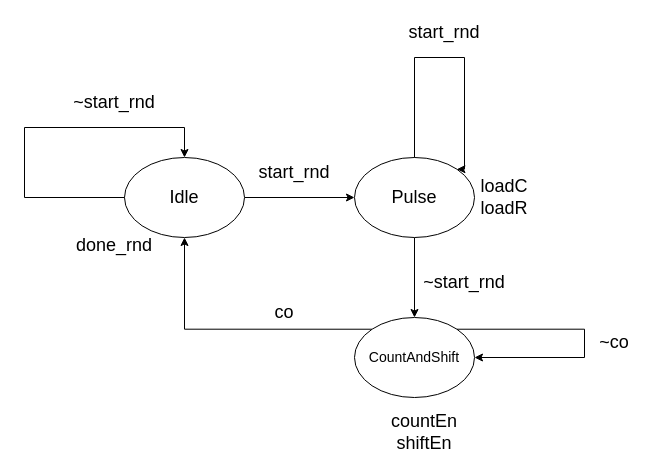
Before: CA1/Part1/Design/controller_part1.drawio in imSaDy/CAD, a draw.io diagram. Source tidied: cells renumbered, new cells numbered last; positions are measured from the earlier drawing's top-left corner, leaving out a move shared by most shapes. Both pictures are drawn from the tidied source at 100%, with x=0, y=0 at pixel (24, 17).
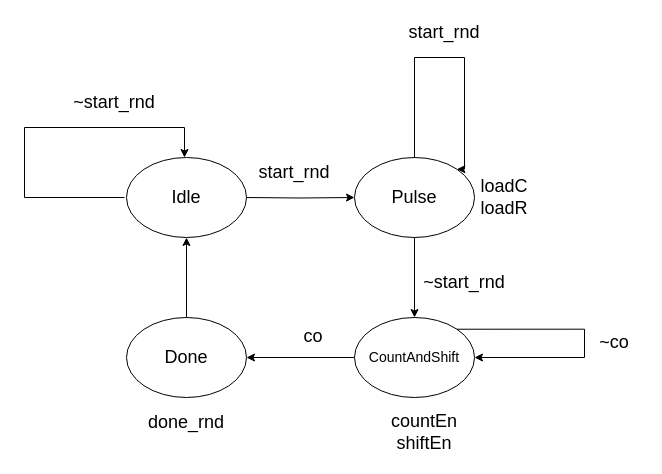
The same diagram, later.

Commit message:
Edit part1 controller design

The change refers to these unchanged cells:
```xml
<mxCell id="5" value="&lt;font style=&quot;font-size: 18px;&quot;&gt;Pulse&lt;/font&gt;" style="ellipse;whiteSpace=wrap;html=1;" parent="1" vertex="1">
  <mxGeometry x="330" y="140" width="120" height="80" as="geometry" />
</mxCell>
<mxCell id="7" value="&lt;font style=&quot;font-size: 14px;&quot;&gt;CountAndShift&lt;/font&gt;" style="ellipse;whiteSpace=wrap;html=1;" parent="1" vertex="1">
  <mxGeometry x="330" y="300" width="120" height="80" as="geometry" />
</mxCell>
```

What changed in the source:
```diff
@@
-    <mxCell id="2" style="edgeStyle=orthogonalEdgeStyle;rounded=0;jettySize=auto;html=1;entryX=0;entryY=0.5;entryDx=0;entryDy=0;" parent="1" edge="1" source="3" target="5">
-      <mxGeometry relative="1" as="geometry" />
+    <mxCell id="2" style="edgeStyle=orthogonalEdgeStyle;rounded=0;jettySize=auto;html=1;entryX=0;entryY=0.5;entryDx=0;entryDy=0;" parent="1" edge="1" target="5">
+      <mxGeometry relative="1" as="geometry">
+        <mxPoint x="220" y="180" as="sourcePoint" />
+      </mxGeometry>
     </mxCell>
-    <mxCell id="3" value="&lt;font style=&quot;font-size: 18px;&quot;&gt;Idle&lt;/font&gt;" style="ellipse;whiteSpace=wrap;html=1;" parent="1" vertex="1">
-      <mxGeometry x="100" y="140" width="120" height="80" as="geometry" />
-    </mxCell>
@@
-    <mxCell id="6" style="edgeStyle=orthogonalEdgeStyle;rounded=0;jettySize=auto;html=1;exitX=0;exitY=0;exitDx=0;exitDy=0;entryX=0.5;entryY=1;entryDx=0;entryDy=0;" parent="1" edge="1" source="7" target="3">
-      <mxGeometry relative="1" as="geometry" />
-    </mxCell>
+    <mxCell id="20" style="edgeStyle=orthogonalEdgeStyle;rounded=0;jettySize=auto;html=1;entryX=1;entryY=0.5;entryDx=0;entryDy=0;" parent="1" edge="1" source="7" target="22">
+      <mxGeometry relative="1" as="geometry" />
+    </mxCell>
@@
     <mxCell id="8" value="&lt;font style=&quot;font-size: 18px; color: light-dark(rgb(0, 0, 0), rgb(234, 107, 102));&quot;&gt;done_rnd&lt;/font&gt;&lt;div&gt;&lt;br&gt;&lt;/div&gt;" style="text;html=1;align=center;verticalAlign=middle;whiteSpace=wrap;rounded=0;" parent="1" vertex="1">
-      <mxGeometry x="40" y="210" width="100" height="50" as="geometry" />
+      <mxGeometry x="112" y="387" width="100" height="50" as="geometry" />
     </mxCell>
-    <mxCell id="9" style="edgeStyle=orthogonalEdgeStyle;rounded=0;orthogonalLoop=1;jettySize=auto;html=1;exitX=0;exitY=0.5;exitDx=0;exitDy=0;entryX=0.5;entryY=0;entryDx=0;entryDy=0;" parent="1" edge="1" source="3" target="3">
+    <mxCell id="9" style="edgeStyle=orthogonalEdgeStyle;rounded=0;orthogonalLoop=1;jettySize=auto;html=1;exitX=0;exitY=0.5;exitDx=0;exitDy=0;entryX=0.5;entryY=0;entryDx=0;entryDy=0;" parent="1" edge="1">
       <mxGeometry relative="1" as="geometry">
+        <mxPoint x="100" y="180" as="sourcePoint" />
+        <mxPoint x="160" y="140" as="targetPoint" />
         <Array as="points">
           <mxPoint y="180" />
           <mxPoint y="110" />
           <mxPoint x="160" y="110" />
         </Array>
       </mxGeometry>
     </mxCell>
@@
     <mxCell id="17" value="&lt;font style=&quot;font-size: 18px;&quot;&gt;co&lt;/font&gt;" style="text;html=1;align=center;verticalAlign=middle;whiteSpace=wrap;rounded=0;" parent="1" vertex="1">
-      <mxGeometry x="230" y="280" width="60" height="30" as="geometry" />
+      <mxGeometry x="259" y="304" width="60" height="30" as="geometry" />
     </mxCell>
@@
+    <mxCell id="3" value="&lt;font style=&quot;font-size: 18px;&quot;&gt;Idle&lt;/font&gt;" style="ellipse;whiteSpace=wrap;html=1;" parent="1" vertex="1">
+      <mxGeometry x="102" y="140" width="120" height="80" as="geometry" />
+    </mxCell>
+    <mxCell id="21" style="edgeStyle=orthogonalEdgeStyle;rounded=0;jettySize=auto;html=1;entryX=0.5;entryY=1;entryDx=0;entryDy=0;" parent="1" edge="1" source="22" target="3">
+      <mxGeometry relative="1" as="geometry" />
+    </mxCell>
+    <mxCell id="22" value="&lt;span style=&quot;font-size: 18px;&quot;&gt;Done&lt;/span&gt;" style="ellipse;whiteSpace=wrap;html=1;" parent="1" vertex="1">
+      <mxGeometry x="102" y="300" width="120" height="80" as="geometry" />
+    </mxCell>
```
